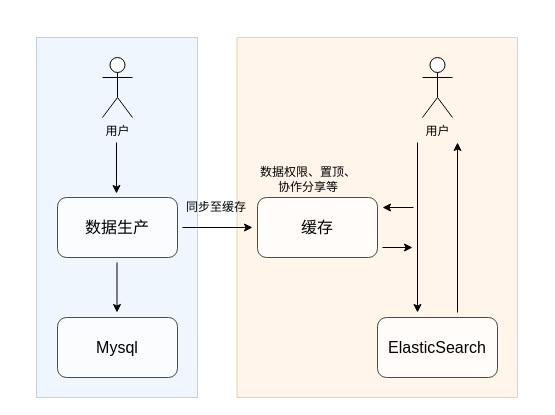
huanjiesm/courseware-draw keeps this draw.io diagram as 云盘列表数据流转.drawio. Above is the earlier version. Source tidied: cells renumbered, new cells numbered last; positions are measured from the earlier drawing's top-left corner, leaving out a move shared by most shapes. Both pictures are drawn from the tidied source at 100%, with x=0, y=0 at pixel (36, 37).
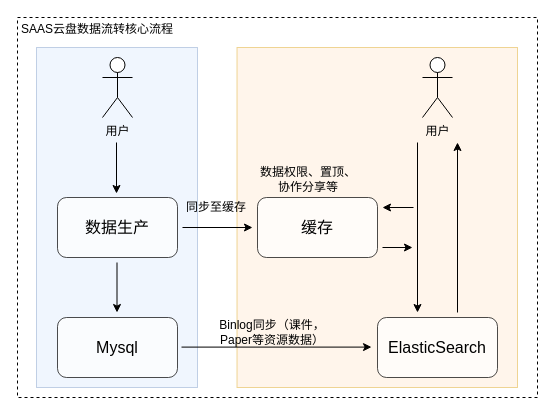
The same diagram, later.

Commit message:
更新云盘列表数据流转.drawio

Diff of the diagram source:
```diff
@@
+    <mxCell id="19" style="rounded=0;whiteSpace=wrap;html=1;fillColor=none;dashed=1;" parent="1" vertex="1">
+      <mxGeometry x="-19" y="-20" width="520" height="380" as="geometry" />
+    </mxCell>
     <mxCell id="2" style="rounded=0;whiteSpace=wrap;html=1;fillColor=#ffe6cc;strokeColor=#d79b00;opacity=40;" parent="1" vertex="1">
-      <mxGeometry x="200.5" width="280.5" height="360" as="geometry" />
+      <mxGeometry x="200.5" y="10" width="280.5" height="340" as="geometry" />
     </mxCell>
     <mxCell id="3" style="rounded=0;whiteSpace=wrap;html=1;fillColor=#dae8fc;strokeColor=#6c8ebf;opacity=40;" parent="1" vertex="1">
-      <mxGeometry width="161" height="360" as="geometry" />
+      <mxGeometry y="10" width="161" height="340" as="geometry" />
     </mxCell>
@@
+    <mxCell id="20" style="endArrow=classic;html=1;rounded=0;fontSize=16;" parent="1" edge="1">
+      <mxGeometry relative="1" as="geometry">
+        <mxPoint x="145" y="309.6" as="sourcePoint" />
+        <mxPoint x="335" y="309.6" as="targetPoint" />
+      </mxGeometry>
+    </mxCell>
+    <mxCell id="21" value="B&lt;span style=&quot;background-color: initial;&quot;&gt;inlog同步（课件，Paper等资源数据）&lt;/span&gt;" style="text;html=1;align=center;verticalAlign=middle;whiteSpace=wrap;rounded=0;" parent="1" vertex="1">
+      <mxGeometry x="181" y="280" width="110" height="30" as="geometry" />
+    </mxCell>
+    <mxCell id="22" value="SAAS云盘数据流转核心流程" style="text;html=1;align=left;verticalAlign=middle;whiteSpace=wrap;rounded=0;" parent="1" vertex="1">
+      <mxGeometry x="-17" y="-20" width="160" height="23" as="geometry" />
+    </mxCell>
```
